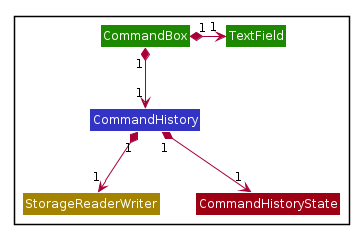
Before: docs/images/CommandHistoryClassDiagram.png, a diagram exported from PlantUML (nus-cs2103-AY1920S2/addressbook-level3).
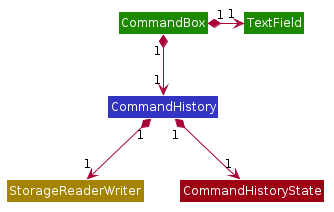
The same file after the commit.

Commit message:
Remove rectangular border on class diagram

What changed in the source:
```diff
@@ -48,13 +48,11 @@
 hide members
 hide circle
 
-Package {
-    Class CommandBox #1D8900
-    Class TextField #1D8900
-    Class CommandHistory #3333C4
-    Class StorageReaderWriter #A38300
-    Class CommandHistoryState #9D0012
-}
+Class CommandBox #1D8900
+Class TextField #1D8900
+Class CommandHistory #3333C4
+Class StorageReaderWriter #A38300
+Class CommandHistoryState #9D0012
 
 CommandBox "1" *--> "1" CommandHistory
 CommandBox "1" *-right> "1" TextField
```
